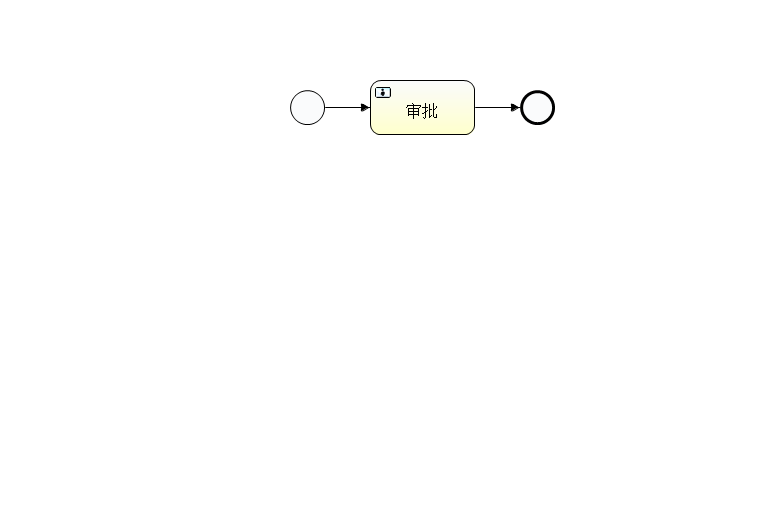
The BPMN diagram src/main/resources/diagrams/个人任务.png in TPwakak/TPTest, before a commit. Its source is kept beside it as src/main/resources/diagrams/个人任务.bpmn. Ids are renumbered. The source it was exported from:
```xml
<definitions xmlns="http://www.omg.org/spec/BPMN/20100524/MODEL" xmlns:xsi="http://www.w3.org/2001/XMLSchema-instance" xmlns:xsd="http://www.w3.org/2001/XMLSchema" xmlns:activiti="http://activiti.org/bpmn" xmlns:bpmndi="http://www.omg.org/spec/BPMN/20100524/DI" xmlns:omgdc="http://www.omg.org/spec/DD/20100524/DC" xmlns:omgdi="http://www.omg.org/spec/DD/20100524/DI" typeLanguage="http://www.w3.org/2001/XMLSchema" expressionLanguage="http://www.w3.org/1999/XPath" targetNamespace="http://www.activiti.org/test">
  <process id="个人任务流程" name="个人任务流程" isExecutable="true">
    <startEvent id="startevent1" name="Start"></startEvent>
    <userTask id="personTask" name="审批" activiti:assignee="#{userID}"></userTask>
    <sequenceFlow id="flow1" sourceRef="startevent1" targetRef="personTask"></sequenceFlow>
    <endEvent id="endevent1" name="End"></endEvent>
    <sequenceFlow id="flow2" sourceRef="personTask" targetRef="endevent1"></sequenceFlow>
  </process>
  <bpmndi:BPMNDiagram id="BPMNDiagram_个人任务流程">
    <bpmndi:BPMNPlane bpmnElement="个人任务流程" id="BPMNPlane_个人任务流程">
      <bpmndi:BPMNShape bpmnElement="startevent1" id="BPMNShape_startevent1">
        <omgdc:Bounds height="35.0" width="35.0" x="290.0" y="90.0"></omgdc:Bounds>
      </bpmndi:BPMNShape>
      <bpmndi:BPMNShape bpmnElement="personTask" id="BPMNShape_personTask">
        <omgdc:Bounds height="55.0" width="105.0" x="370.0" y="80.0"></omgdc:Bounds>
      </bpmndi:BPMNShape>
      <bpmndi:BPMNShape bpmnElement="endevent1" id="BPMNShape_endevent1">
        <omgdc:Bounds height="35.0" width="35.0" x="520.0" y="90.0"></omgdc:Bounds>
      </bpmndi:BPMNShape>
      <bpmndi:BPMNEdge bpmnElement="flow1" id="BPMNEdge_flow1">
        <omgdi:waypoint x="325.0" y="107.0"></omgdi:waypoint>
        <omgdi:waypoint x="370.0" y="107.0"></omgdi:waypoint>
      </bpmndi:BPMNEdge>
      <bpmndi:BPMNEdge bpmnElement="flow2" id="BPMNEdge_flow2">
        <omgdi:waypoint x="475.0" y="107.0"></omgdi:waypoint>
        <omgdi:waypoint x="520.0" y="107.0"></omgdi:waypoint>
      </bpmndi:BPMNEdge>
    </bpmndi:BPMNPlane>
  </bpmndi:BPMNDiagram>
</definitions>
```
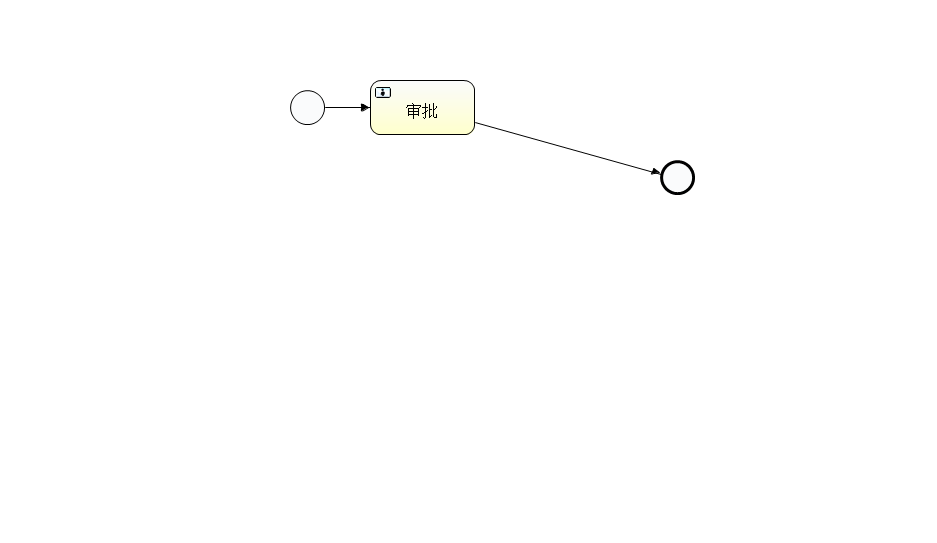
The same file after the commit.

Diff of the diagram source:
```diff
@@ -15,15 +15,15 @@
         <omgdc:Bounds height="55.0" width="105.0" x="370.0" y="80.0"></omgdc:Bounds>
       </bpmndi:BPMNShape>
       <bpmndi:BPMNShape bpmnElement="endevent1" id="BPMNShape_endevent1">
-        <omgdc:Bounds height="35.0" width="35.0" x="520.0" y="90.0"></omgdc:Bounds>
+        <omgdc:Bounds height="35.0" width="35.0" x="660.0" y="160.0"></omgdc:Bounds>
       </bpmndi:BPMNShape>
       <bpmndi:BPMNEdge bpmnElement="flow1" id="BPMNEdge_flow1">
         <omgdi:waypoint x="325.0" y="107.0"></omgdi:waypoint>
         <omgdi:waypoint x="370.0" y="107.0"></omgdi:waypoint>
       </bpmndi:BPMNEdge>
       <bpmndi:BPMNEdge bpmnElement="flow2" id="BPMNEdge_flow2">
-        <omgdi:waypoint x="475.0" y="107.0"></omgdi:waypoint>
-        <omgdi:waypoint x="520.0" y="107.0"></omgdi:waypoint>
+        <omgdi:waypoint x="422.0" y="135.0"></omgdi:waypoint>
+        <omgdi:waypoint x="677.0" y="160.0"></omgdi:waypoint>
       </bpmndi:BPMNEdge>
     </bpmndi:BPMNPlane>
   </bpmndi:BPMNDiagram>
```
